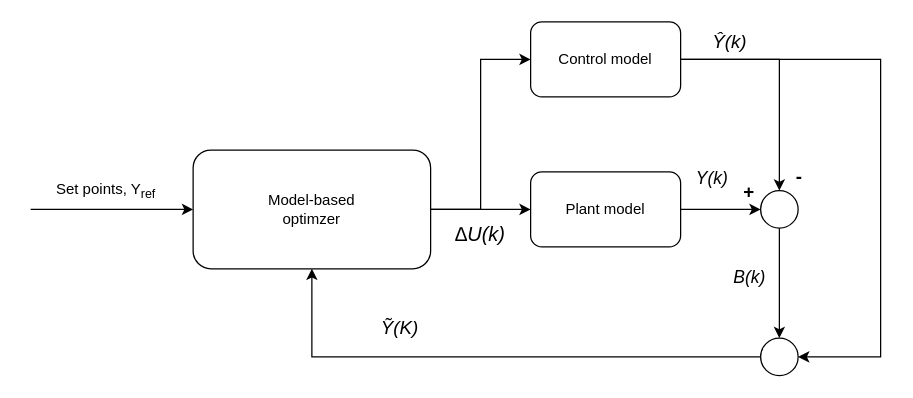
Above: fig/outputfeedback.drawio in gotvinne/Light-weight-MPC (draw.io), before the change. Source tidied: cells renumbered, new cells numbered last; positions are measured from the earlier drawing's top-left corner, leaving out a move shared by most shapes. Both pictures are drawn from the tidied source at 125%, with x=0, y=0 at pixel (30, 21).
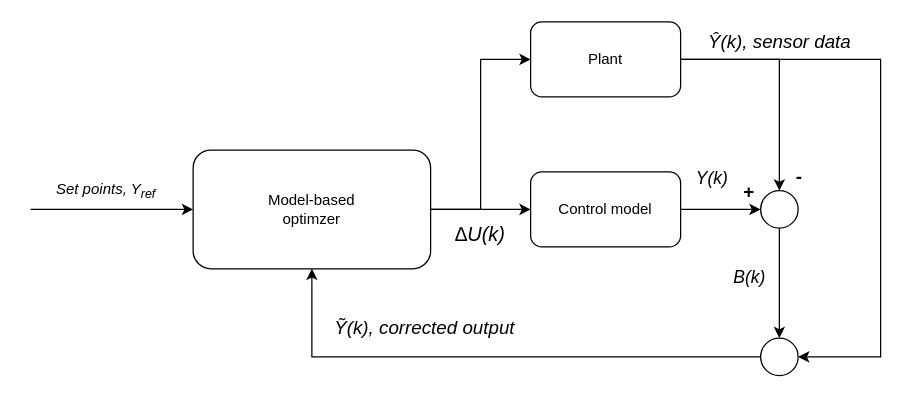
After the change.

What changed in the source:
```diff
@@
-    <mxCell id="4" value="Control model" style="rounded=1;whiteSpace=wrap;html=1;" parent="1" vertex="1">
+    <mxCell id="4" value="Plant" style="rounded=1;whiteSpace=wrap;html=1;" parent="1" vertex="1">
       <mxGeometry x="400" width="120" height="60" as="geometry" />
     </mxCell>
@@
-    <mxCell id="6" value="Plant model" style="rounded=1;whiteSpace=wrap;html=1;" parent="1" vertex="1">
+    <mxCell id="6" value="Control model" style="rounded=1;whiteSpace=wrap;html=1;" parent="1" vertex="1">
       <mxGeometry x="400" y="120" width="120" height="60" as="geometry" />
     </mxCell>
@@
-    <mxCell id="15" value="&lt;i&gt;&lt;font style=&quot;font-size: 15px;&quot;&gt;Ŷ(k)&lt;/font&gt;&lt;/i&gt;" style="text;html=1;align=center;verticalAlign=middle;strokeColor=none;fillColor=none;" parent="1" vertex="1">
-      <mxGeometry x="534" width="50" height="30" as="geometry" />
+    <mxCell id="15" value="&lt;i&gt;&lt;font style=&quot;font-size: 15px;&quot;&gt;Ŷ(k), sensor data&lt;br&gt;&lt;/font&gt;&lt;/i&gt;" style="text;html=1;align=center;verticalAlign=middle;strokeColor=none;fillColor=none;" parent="1" vertex="1">
+      <mxGeometry x="529" width="140" height="30" as="geometry" />
     </mxCell>
@@
-    <mxCell id="19" value="Set points, Y&lt;sub&gt;ref&lt;/sub&gt;" style="text;html=1;align=center;verticalAlign=middle;strokeColor=none;fillColor=none;" parent="1" vertex="1">
+    <mxCell id="19" value="&lt;i&gt;Set points, Y&lt;sub&gt;ref&lt;/sub&gt;&lt;/i&gt;" style="text;html=1;align=center;verticalAlign=middle;strokeColor=none;fillColor=none;" parent="1" vertex="1">
       <mxGeometry x="10" y="120" width="100" height="30" as="geometry" />
     </mxCell>
@@
-    <mxCell id="21" value="&lt;font style=&quot;font-size: 15px;&quot;&gt;&lt;i&gt;Ỹ(K)&lt;br&gt;&lt;/i&gt;&lt;/font&gt;" style="text;html=1;align=center;verticalAlign=middle;strokeColor=none;fillColor=none;" parent="1" vertex="1">
-      <mxGeometry x="270" y="229" width="50" height="30" as="geometry" />
+    <mxCell id="21" value="&lt;font style=&quot;font-size: 15px;&quot;&gt;&lt;i&gt;Ỹ(k), corrected output&lt;br&gt;&lt;/i&gt;&lt;/font&gt;" style="text;html=1;align=center;verticalAlign=middle;strokeColor=none;fillColor=none;" parent="1" vertex="1">
+      <mxGeometry x="230" y="229" width="170" height="30" as="geometry" />
     </mxCell>
```
